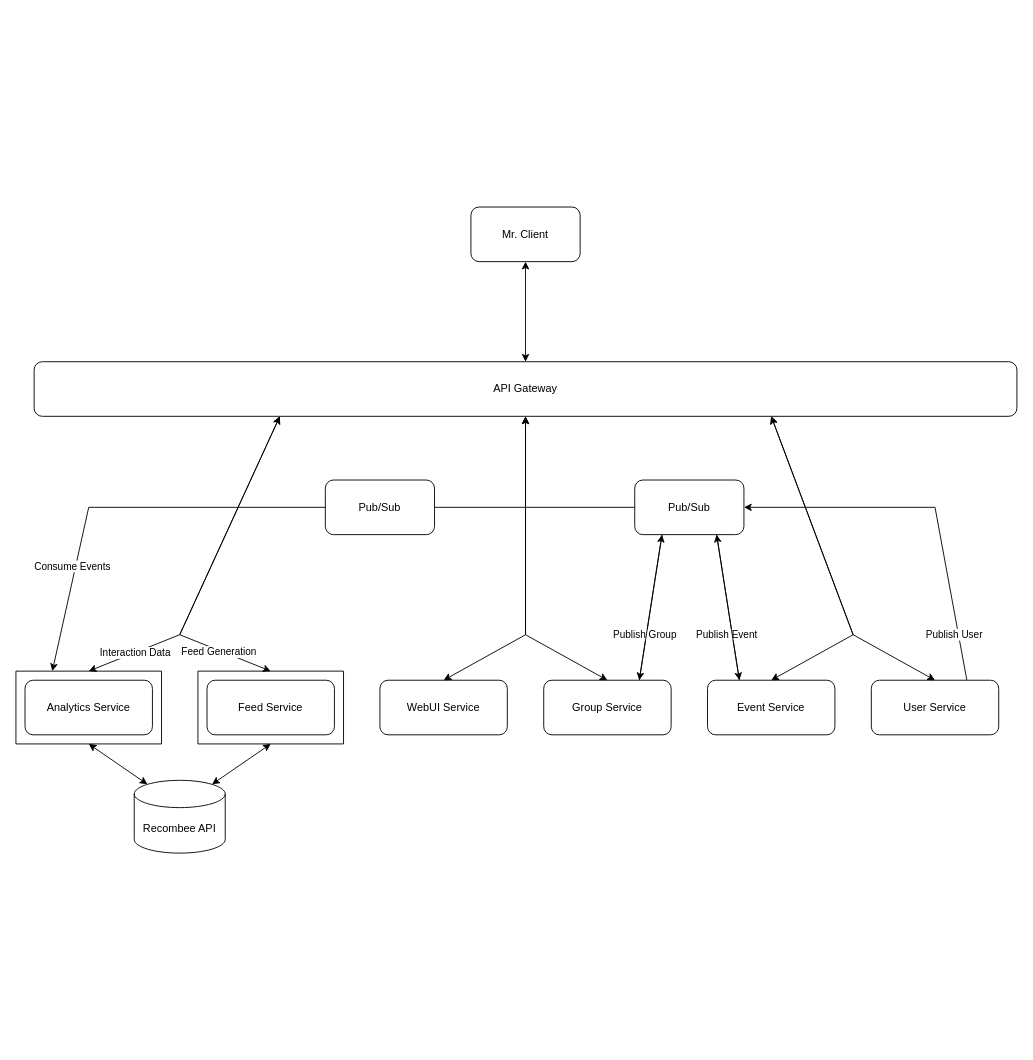
The draw.io diagram design_architecture.drawio in maged-elhabiby/YallaNow, before the edit. Source tidied: cells renumbered, new cells numbered last; positions are measured from the earlier drawing's top-left corner, leaving out a move shared by most shapes. Both pictures are drawn from the tidied source at 91%, with x=0, y=0 at pixel (15, 207).
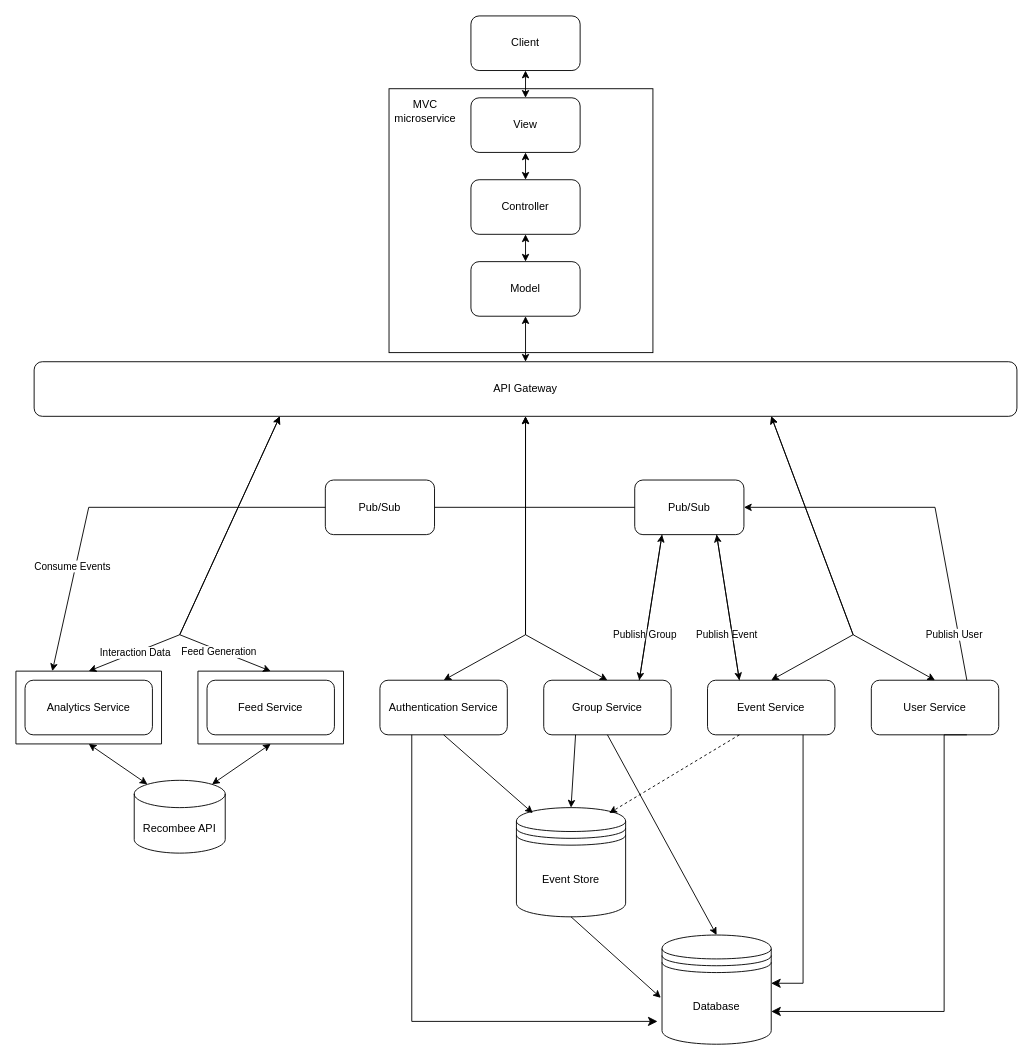
The same diagram, later.

Commit message:
design architecture changes

The change refers to these unchanged cells:
```xml
<mxCell id="9" value="API Gateway" style="rounded=1;whiteSpace=wrap;html=1;" parent="1" vertex="1">
  <mxGeometry x="20" y="170" width="1080" height="60" as="geometry" />
</mxCell>
<mxCell id="15" value="Group Service" style="rounded=1;whiteSpace=wrap;html=1;" parent="1" vertex="1">
  <mxGeometry x="580" y="520" width="140" height="60" as="geometry" />
</mxCell>
<mxCell id="16" value="Event Service" style="rounded=1;whiteSpace=wrap;html=1;" parent="1" vertex="1">
  <mxGeometry x="760" y="520" width="140" height="60" as="geometry" />
</mxCell>
<mxCell id="17" value="User Service" style="rounded=1;whiteSpace=wrap;html=1;" parent="1" vertex="1">
  <mxGeometry x="940" y="520" width="140" height="60" as="geometry" />
</mxCell>
```

Diff of the diagram source:
```diff
@@
+    <mxCell id="37" style="whiteSpace=wrap;html=1;" parent="1" vertex="1">
+      <mxGeometry x="410" y="-130" width="290" height="290" as="geometry" />
+    </mxCell>
@@
-    <mxCell id="14" value="WebUI Service" style="rounded=1;whiteSpace=wrap;html=1;" parent="1" vertex="1">
-      <mxGeometry x="400" y="520" width="140" height="60" as="geometry" />
-    </mxCell>
@@
-    <mxCell id="18" style="endArrow=classic;startArrow=classic;html=1;rounded=0;exitX=0.5;exitY=0;exitDx=0;exitDy=0;entryX=0.5;entryY=1;entryDx=0;entryDy=0;" parent="1" edge="1" source="14" target="9">
+    <mxCell id="18" style="endArrow=classic;startArrow=classic;html=1;rounded=0;exitX=0.5;exitY=0;exitDx=0;exitDy=0;entryX=0.5;entryY=1;entryDx=0;entryDy=0;" parent="1" edge="1" source="40" target="9">
       <mxGeometry relative="1" as="geometry">
         <Array as="points">
           <mxPoint x="560" y="470" />
         </Array>
       </mxGeometry>
     </mxCell>
@@
-    <mxCell id="35" style="endArrow=classic;startArrow=classic;html=1;rounded=0;entryX=0.5;entryY=0;entryDx=0;entryDy=0;exitX=0.5;exitY=1;exitDx=0;exitDy=0;" parent="1" edge="1" source="36" target="9">
-      <mxGeometry relative="1" as="geometry" />
-    </mxCell>
-    <mxCell id="36" value="Mr. Client" style="rounded=1;whiteSpace=wrap;html=1;" parent="1" vertex="1">
-      <mxGeometry x="500" width="120" height="60" as="geometry" />
+    <mxCell id="36" value="Client" style="rounded=1;whiteSpace=wrap;html=1;" parent="1" vertex="1">
+      <mxGeometry x="500" y="-210" width="120" height="60" as="geometry" />
     </mxCell>
+    <mxCell id="38" value="View" style="rounded=1;whiteSpace=wrap;html=1;" parent="1" vertex="1">
+      <mxGeometry x="500" y="-120" width="120" height="60" as="geometry" />
+    </mxCell>
+    <mxCell id="39" style="endArrow=classic;startArrow=classic;html=1;rounded=0;entryX=0.5;entryY=1;entryDx=0;entryDy=0;exitX=0.5;exitY=0;exitDx=0;exitDy=0;" parent="1" edge="1" source="38" target="36">
+      <mxGeometry relative="1" as="geometry" />
+    </mxCell>
+    <mxCell id="40" value="Authentication Service" style="rounded=1;whiteSpace=wrap;html=1;" parent="1" vertex="1">
+      <mxGeometry x="400" y="520" width="140" height="60" as="geometry" />
+    </mxCell>
+    <mxCell id="41" value="Event Store" style="shape=datastore;whiteSpace=wrap;html=1;" parent="1" vertex="1">
+      <mxGeometry x="550" y="660" width="120" height="120" as="geometry" />
+    </mxCell>
+    <mxCell id="42" value="Database" style="shape=datastore;whiteSpace=wrap;html=1;" parent="1" vertex="1">
+      <mxGeometry x="710" y="800" width="120" height="120" as="geometry" />
+    </mxCell>
+    <mxCell id="43" style="endArrow=classic;html=1;rounded=0;entryX=0.15;entryY=0.05;entryDx=0;entryDy=0;entryPerimeter=0;exitX=0.5;exitY=1;exitDx=0;exitDy=0;" parent="1" edge="1" source="40" target="41">
+      <mxGeometry relative="1" as="geometry" />
+    </mxCell>
+    <mxCell id="44" style="endArrow=classic;html=1;rounded=0;exitX=0.25;exitY=1;exitDx=0;exitDy=0;entryX=0.5;entryY=0;entryDx=0;entryDy=0;" parent="1" edge="1" source="15" target="41">
+      <mxGeometry relative="1" as="geometry" />
+    </mxCell>
+    <mxCell id="45" style="endArrow=classic;html=1;rounded=0;exitX=0.25;exitY=1;exitDx=0;exitDy=0;entryX=0.85;entryY=0.05;entryDx=0;entryDy=0;entryPerimeter=0;dashed=1;" parent="1" edge="1" source="16" target="41">
+      <mxGeometry relative="1" as="geometry" />
+    </mxCell>
+    <mxCell id="46" style="endArrow=classic;html=1;rounded=0;exitX=0.5;exitY=1;exitDx=0;exitDy=0;entryX=-0.011;entryY=0.575;entryDx=0;entryDy=0;entryPerimeter=0;" parent="1" edge="1" source="41" target="42">
+      <mxGeometry relative="1" as="geometry" />
+    </mxCell>
+    <mxCell id="47" style="edgeStyle=elbowEdgeStyle;elbow=horizontal;endArrow=classic;html=1;curved=0;rounded=0;endSize=8;startSize=8;entryX=-0.041;entryY=0.791;entryDx=0;entryDy=0;entryPerimeter=0;exitX=0.25;exitY=1;exitDx=0;exitDy=0;" parent="1" edge="1" source="40" target="42">
+      <mxGeometry relative="1" as="geometry">
+        <Array as="points">
+          <mxPoint x="435" y="740" />
+        </Array>
+      </mxGeometry>
+    </mxCell>
+    <mxCell id="48" style="edgeStyle=elbowEdgeStyle;elbow=horizontal;endArrow=classic;html=1;curved=0;rounded=0;endSize=8;startSize=8;entryX=1;entryY=0.7;entryDx=0;entryDy=0;exitX=0.75;exitY=1;exitDx=0;exitDy=0;" parent="1" edge="1" source="17" target="42">
+      <mxGeometry relative="1" as="geometry">
+        <Array as="points">
+          <mxPoint x="1020" y="730" />
+        </Array>
+      </mxGeometry>
+    </mxCell>
+    <mxCell id="49" style="edgeStyle=elbowEdgeStyle;elbow=vertical;endArrow=classic;html=1;curved=0;rounded=0;endSize=8;startSize=8;entryX=0.999;entryY=0.438;entryDx=0;entryDy=0;entryPerimeter=0;exitX=0.75;exitY=1;exitDx=0;exitDy=0;" parent="1" edge="1" source="16" target="42">
+      <mxGeometry relative="1" as="geometry">
+        <Array as="points">
+          <mxPoint x="900" y="853" />
+        </Array>
+      </mxGeometry>
+    </mxCell>
+    <mxCell id="50" style="endArrow=classic;html=1;rounded=0;exitX=0.5;exitY=1;exitDx=0;exitDy=0;entryX=0.5;entryY=0;entryDx=0;entryDy=0;" parent="1" edge="1" source="15" target="42">
+      <mxGeometry relative="1" as="geometry" />
+    </mxCell>
+    <mxCell id="51" value="Controller" style="rounded=1;whiteSpace=wrap;html=1;" parent="1" vertex="1">
+      <mxGeometry x="500" y="-30" width="120" height="60" as="geometry" />
+    </mxCell>
+    <mxCell id="52" value="Model" style="rounded=1;whiteSpace=wrap;html=1;" parent="1" vertex="1">
+      <mxGeometry x="500" y="60" width="120" height="60" as="geometry" />
+    </mxCell>
+    <mxCell id="53" style="endArrow=classic;startArrow=classic;html=1;rounded=0;exitX=0.5;exitY=1;exitDx=0;exitDy=0;entryX=0.5;entryY=0;entryDx=0;entryDy=0;" parent="1" edge="1" source="38" target="51">
+      <mxGeometry relative="1" as="geometry" />
+    </mxCell>
+    <mxCell id="54" style="endArrow=classic;startArrow=classic;html=1;rounded=0;exitX=0.5;exitY=1;exitDx=0;exitDy=0;entryX=0.5;entryY=0;entryDx=0;entryDy=0;" parent="1" edge="1" source="51" target="52">
+      <mxGeometry relative="1" as="geometry" />
+    </mxCell>
+    <mxCell id="55" style="endArrow=classic;startArrow=classic;html=1;rounded=0;exitX=0.5;exitY=1;exitDx=0;exitDy=0;entryX=0.5;entryY=0;entryDx=0;entryDy=0;" parent="1" edge="1" source="52" target="9">
+      <mxGeometry relative="1" as="geometry" />
+    </mxCell>
+    <mxCell id="56" value="MVC microservice" style="text;html=1;align=center;verticalAlign=middle;whiteSpace=wrap;rounded=0;" parent="1" vertex="1">
+      <mxGeometry x="420" y="-120" width="60" height="30" as="geometry" />
+    </mxCell>
```
